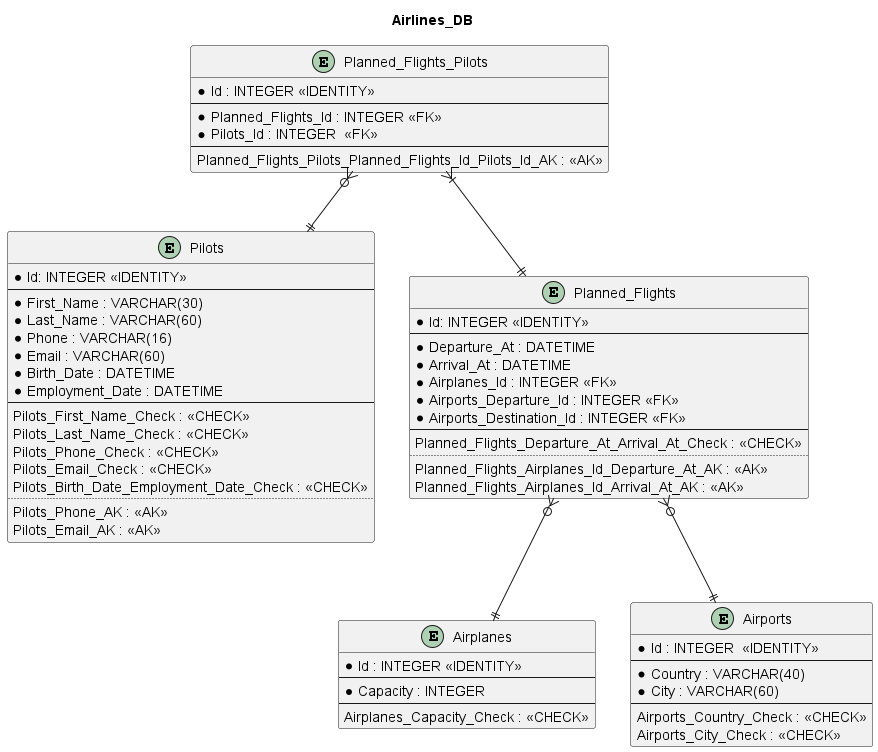
The PlantUML diagram DB_ER_Diagram.png in dkostmii/NULP-Databases, before a commit.
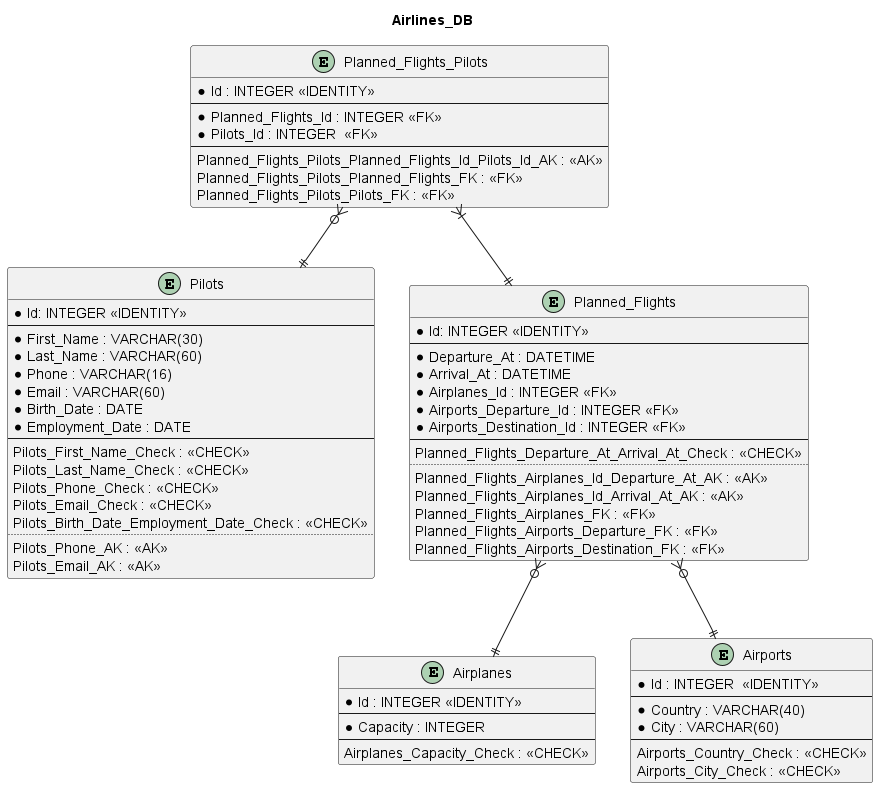
After the commit.

What changed in the source:
```diff
@@ -19,8 +19,8 @@
 	*Last_Name : VARCHAR(60)
 	*Phone : VARCHAR(16)
 	*Email : VARCHAR(60)
-	*Birth_Date : DATETIME
-	*Employment_Date : DATETIME
+	*Birth_Date : DATE
+	*Employment_Date : DATE
 	--
 	Pilots_First_Name_Check : <<CHECK>>
 	Pilots_Last_Name_Check : <<CHECK>>
@@ -55,6 +55,9 @@
 	..
 	Planned_Flights_Airplanes_Id_Departure_At_AK : <<AK>>
 	Planned_Flights_Airplanes_Id_Arrival_At_AK : <<AK>>
+    Planned_Flights_Airplanes_FK : <<FK>>
+    Planned_Flights_Airports_Departure_FK : <<FK>>
+    Planned_Flights_Airports_Destination_FK : <<FK>>
 }
 
 entity "Planned_Flights_Pilots" as pl_flights_pilots {
@@ -64,6 +67,8 @@
 	*Pilots_Id : INTEGER  <<FK>>
 	--
 	Planned_Flights_Pilots_Planned_Flights_Id_Pilots_Id_AK : <<AK>>
+    Planned_Flights_Pilots_Planned_Flights_FK : <<FK>>
+    Planned_Flights_Pilots_Pilots_FK : <<FK>>
 }
 
 
```
